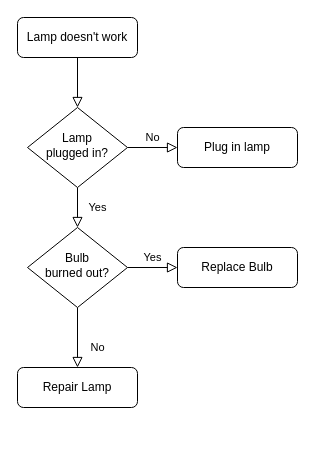
hackeryin/drawioSave keeps this draw.io diagram as Unity-ARPG-skill技能.drawio. Above is the earlier version. Source tidied: cells renumbered, new cells numbered last; positions are measured from the earlier drawing's top-left corner, leaving out a move shared by most shapes. Both pictures are drawn from the tidied source at 100%, with x=0, y=0 at pixel (17, 17).
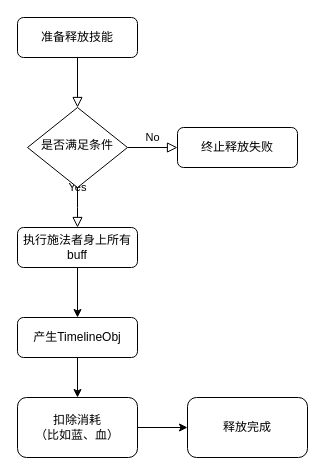
Above is the later version.

Diff of the diagram source:
```diff
@@
 <mxGraphModel>
   <root>
     <mxCell id="0" />
     <mxCell id="1" parent="0" />
     <mxCell id="2" style="rounded=0;html=1;jettySize=auto;fontSize=11;endArrow=block;endFill=0;endSize=8;strokeWidth=1;shadow=0;labelBackgroundColor=none;edgeStyle=orthogonalEdgeStyle;" parent="1" edge="1" source="3" target="6">
       <mxGeometry relative="1" as="geometry" />
     </mxCell>
-    <mxCell id="3" value="Lamp doesn't work" style="rounded=1;whiteSpace=wrap;html=1;fontSize=12;glass=0;strokeWidth=1;shadow=0;" parent="1" vertex="1">
+    <mxCell id="3" value="准备释放技能" style="rounded=1;whiteSpace=wrap;html=1;fontSize=12;glass=0;strokeWidth=1;shadow=0;" parent="1" vertex="1">
       <mxGeometry width="120" height="40" as="geometry" />
     </mxCell>
-    <mxCell id="4" value="Yes" style="rounded=0;html=1;jettySize=auto;fontSize=11;endArrow=block;endFill=0;endSize=8;strokeWidth=1;shadow=0;labelBackgroundColor=none;edgeStyle=orthogonalEdgeStyle;" parent="1" edge="1" source="6" target="10">
-      <mxGeometry y="20" relative="1" as="geometry" />
+    <mxCell id="4" value="Yes" style="rounded=0;html=1;jettySize=auto;fontSize=11;endArrow=block;endFill=0;endSize=8;strokeWidth=1;shadow=0;labelBackgroundColor=none;edgeStyle=orthogonalEdgeStyle;" parent="1" edge="1" source="6">
+      <mxGeometry y="20" relative="1" as="geometry">
+        <mxPoint x="60" y="210" as="targetPoint" />
+      </mxGeometry>
     </mxCell>
     <mxCell id="5" value="No" style="edgeStyle=orthogonalEdgeStyle;rounded=0;html=1;jettySize=auto;fontSize=11;endArrow=block;endFill=0;endSize=8;strokeWidth=1;shadow=0;labelBackgroundColor=none;" parent="1" edge="1" source="6" target="7">
       <mxGeometry y="10" relative="1" as="geometry" />
     </mxCell>
-    <mxCell id="6" value="Lamp&lt;br&gt;plugged in?" style="rhombus;whiteSpace=wrap;html=1;shadow=0;fontFamily=Helvetica;fontSize=12;align=center;strokeWidth=1;spacing=6;spacingTop=-4;" parent="1" vertex="1">
+    <mxCell id="6" value="是否满足条件" style="rhombus;whiteSpace=wrap;html=1;shadow=0;fontFamily=Helvetica;fontSize=12;align=center;strokeWidth=1;spacing=6;spacingTop=-4;" parent="1" vertex="1">
       <mxGeometry x="10" y="90" width="100" height="80" as="geometry" />
     </mxCell>
-    <mxCell id="7" value="Plug in lamp" style="rounded=1;whiteSpace=wrap;html=1;fontSize=12;glass=0;strokeWidth=1;shadow=0;" parent="1" vertex="1">
+    <mxCell id="7" value="终止释放失败" style="rounded=1;whiteSpace=wrap;html=1;fontSize=12;glass=0;strokeWidth=1;shadow=0;" parent="1" vertex="1">
       <mxGeometry x="160" y="110" width="120" height="40" as="geometry" />
     </mxCell>
-    <mxCell id="8" value="No" style="rounded=0;html=1;jettySize=auto;fontSize=11;endArrow=block;endFill=0;endSize=8;strokeWidth=1;shadow=0;labelBackgroundColor=none;edgeStyle=orthogonalEdgeStyle;" parent="1" edge="1" source="10" target="11">
-      <mxGeometry x="0.33" y="20" relative="1" as="geometry" />
-    </mxCell>
-    <mxCell id="9" value="Yes" style="edgeStyle=orthogonalEdgeStyle;rounded=0;html=1;jettySize=auto;fontSize=11;endArrow=block;endFill=0;endSize=8;strokeWidth=1;shadow=0;labelBackgroundColor=none;" parent="1" edge="1" source="10" target="12">
-      <mxGeometry y="10" relative="1" as="geometry" />
-    </mxCell>
-    <mxCell id="10" value="Bulb&lt;br&gt;burned out?" style="rhombus;whiteSpace=wrap;html=1;shadow=0;fontFamily=Helvetica;fontSize=12;align=center;strokeWidth=1;spacing=6;spacingTop=-4;" parent="1" vertex="1">
-      <mxGeometry x="10" y="210" width="100" height="80" as="geometry" />
-    </mxCell>
+    <mxCell id="13" style="edgeStyle=orthogonalEdgeStyle;rounded=0;jettySize=auto;html=1;" parent="1" edge="1" source="11" target="12">
+      <mxGeometry relative="1" as="geometry" />
+    </mxCell>
-    <mxCell id="11" value="Repair Lamp" style="rounded=1;whiteSpace=wrap;html=1;fontSize=12;glass=0;strokeWidth=1;shadow=0;" parent="1" vertex="1">
-      <mxGeometry y="350" width="120" height="40" as="geometry" />
+    <mxCell id="11" value="执行施法者身上所有buff" style="rounded=1;whiteSpace=wrap;html=1;fontSize=12;glass=0;strokeWidth=1;shadow=0;" parent="1" vertex="1">
+      <mxGeometry y="210" width="120" height="40" as="geometry" />
     </mxCell>
+    <mxCell id="14" style="edgeStyle=orthogonalEdgeStyle;rounded=0;jettySize=auto;html=1;" parent="1" edge="1" source="12" target="16">
+      <mxGeometry relative="1" as="geometry" />
+    </mxCell>
-    <mxCell id="12" value="Replace Bulb" style="rounded=1;whiteSpace=wrap;html=1;fontSize=12;glass=0;strokeWidth=1;shadow=0;" parent="1" vertex="1">
-      <mxGeometry x="160" y="230" width="120" height="40" as="geometry" />
+    <mxCell id="12" value="产生TimelineObj" style="rounded=1;whiteSpace=wrap;html=1;fontSize=12;glass=0;strokeWidth=1;shadow=0;" parent="1" vertex="1">
+      <mxGeometry y="300" width="120" height="40" as="geometry" />
     </mxCell>
+    <mxCell id="15" style="edgeStyle=orthogonalEdgeStyle;rounded=0;jettySize=auto;html=1;" parent="1" edge="1" source="16" target="17">
+      <mxGeometry relative="1" as="geometry" />
+    </mxCell>
+    <mxCell id="16" value="扣除消耗&lt;br&gt;（比如蓝、血）" style="rounded=1;whiteSpace=wrap;html=1;" parent="1" vertex="1">
+      <mxGeometry y="380" width="120" height="60" as="geometry" />
+    </mxCell>
+    <mxCell id="17" value="释放完成" style="rounded=1;whiteSpace=wrap;html=1;" parent="1" vertex="1">
+      <mxGeometry x="170" y="380" width="120" height="60" as="geometry" />
+    </mxCell>
   </root>
 </mxGraphModel>
```
